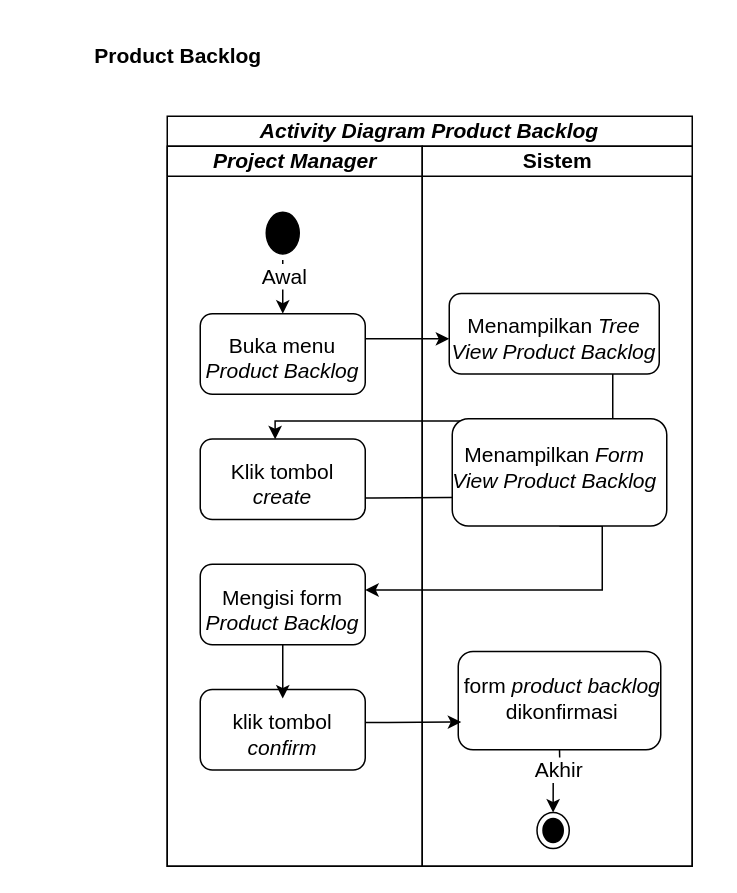
This is page "Halaman-5" (5 of 17) of Diagram Tanpa Judul.drawio from raldawiyahh/alda-resolusi, a draw.io file, before an edit. Source tidied: cells renumbered, new cells numbered last; positions are measured from the earlier drawing's top-left corner, leaving out a move shared by most shapes. Both pictures are drawn from the tidied source at 150%, with x=0, y=0 at pixel (26, 26).
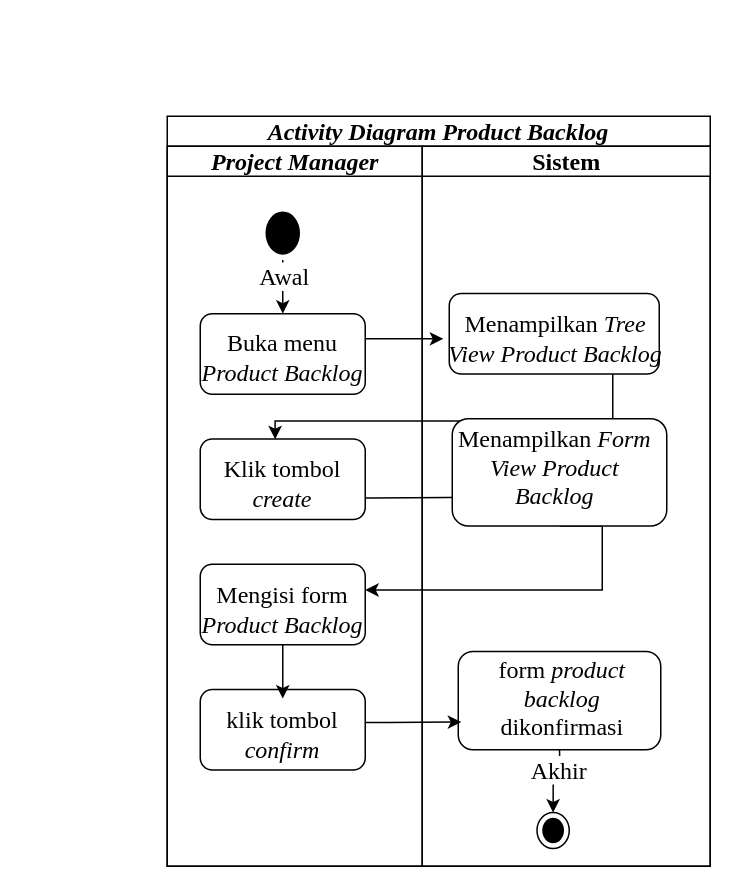
The same diagram, later.

What changed in the source:
```diff
@@
-    <mxCell id="2" value="&lt;i style=&quot;font-size: 14px;&quot;&gt;Activity Diagram Product Backlog&lt;br style=&quot;font-size: 14px;&quot;&gt;&lt;/i&gt;" style="swimlane;html=1;startSize=20;whiteSpace=wrap;fontSize=14;" parent="1" vertex="1">
-      <mxGeometry x="94" y="60" width="350" height="500" as="geometry" />
+    <mxCell id="2" value="&lt;i style=&quot;font-size: 16px;&quot;&gt;Activity Diagram Product Backlog&lt;br style=&quot;font-size: 16px;&quot;&gt;&lt;/i&gt;" style="swimlane;html=1;startSize=20;whiteSpace=wrap;fontSize=16;fontFamily=Times New Roman;" parent="1" vertex="1">
+      <mxGeometry x="94" y="60" width="362" height="500" as="geometry" />
     </mxCell>
-    <mxCell id="3" value="&lt;i style=&quot;font-size: 14px;&quot;&gt;Project Manager&lt;/i&gt;" style="swimlane;html=1;startSize=20;fontSize=14;" parent="2" vertex="1">
+    <mxCell id="3" value="&lt;i style=&quot;font-size: 16px;&quot;&gt;Project Manager&lt;/i&gt;" style="swimlane;html=1;startSize=20;fontSize=16;fontFamily=Times New Roman;" parent="2" vertex="1">
       <mxGeometry y="20" width="170" height="480" as="geometry" />
     </mxCell>
-    <mxCell id="4" value="Sistem" style="swimlane;html=1;startSize=20;fontSize=14;" parent="2" vertex="1">
-      <mxGeometry x="170" y="20" width="180" height="480" as="geometry" />
+    <mxCell id="4" value="Sistem" style="swimlane;html=1;startSize=20;fontSize=16;fontFamily=Times New Roman;" parent="2" vertex="1">
+      <mxGeometry x="170" y="20" width="192" height="480" as="geometry" />
     </mxCell>
-    <mxCell id="5" style="group;" parent="4" vertex="1">
+    <mxCell id="5" style="group;fontFamily=Times New Roman;fontSize=16;" parent="4" vertex="1">
       <mxGeometry x="-148" y="40" width="340" height="440" as="geometry" />
     </mxCell>
-    <mxCell id="6" style="group;" parent="5" vertex="1">
-      <mxGeometry width="311" height="440" as="geometry" />
+    <mxCell id="6" style="group;fontFamily=Times New Roman;fontSize=16;" parent="5" vertex="1">
+      <mxGeometry width="316" height="440" as="geometry" />
     </mxCell>
-    <mxCell id="7" style="edgeStyle=orthogonalEdgeStyle;rounded=0;jettySize=auto;html=1;entryX=0;entryY=0.5;entryDx=0;entryDy=0;fontSize=14;" parent="6" edge="1" source="17">
+    <mxCell id="7" style="edgeStyle=orthogonalEdgeStyle;rounded=0;jettySize=auto;html=1;entryX=0;entryY=0.5;entryDx=0;entryDy=0;fontSize=16;fontFamily=Times New Roman;" parent="6" edge="1" source="17">
       <mxGeometry relative="1" as="geometry">
         <mxPoint x="197" y="193.9" as="targetPoint" />
         <Array as="points">
           <mxPoint x="115" y="194.5" />
           <mxPoint x="115" y="194.5" />
         </Array>
       </mxGeometry>
     </mxCell>
-    <mxCell id="8" style="group;" parent="6" vertex="1">
+    <mxCell id="8" style="group;fontFamily=Times New Roman;fontSize=16;" parent="6" vertex="1">
       <mxGeometry width="110" height="375.9" as="geometry" />
     </mxCell>
-    <mxCell id="9" style="ellipse;html=1;shape=startState;fillColor=#000000;strokeColor=#000000;fontSize=14;" parent="8" vertex="1">
+    <mxCell id="9" style="ellipse;html=1;shape=startState;fillColor=#000000;strokeColor=#000000;fontSize=16;fontFamily=Times New Roman;" parent="8" vertex="1">
       <mxGeometry x="40" width="30" height="35.8" as="geometry" />
     </mxCell>
-    <mxCell id="10" style="group;fontSize=14;" parent="8" vertex="1">
+    <mxCell id="10" style="group;fontSize=16;fontFamily=Times New Roman;" parent="8" vertex="1">
       <mxGeometry y="71.6" width="110" height="53.7" as="geometry" />
     </mxCell>
-    <mxCell id="11" style="rounded=1;whiteSpace=wrap;html=1;fontSize=14;" parent="10" vertex="1">
+    <mxCell id="11" style="rounded=1;whiteSpace=wrap;html=1;fontSize=16;fontFamily=Times New Roman;" parent="10" vertex="1">
       <mxGeometry width="110" height="53.7" as="geometry" />
     </mxCell>
-    <mxCell id="12" value="Buka menu &lt;i style=&quot;font-size: 14px;&quot;&gt;Product Backlog&lt;br style=&quot;font-size: 14px;&quot;&gt;&lt;/i&gt;" style="text;html=1;strokeColor=none;fillColor=none;align=center;verticalAlign=middle;whiteSpace=wrap;rounded=0;fontSize=14;" parent="10" vertex="1">
+    <mxCell id="12" value="Buka menu &lt;i style=&quot;font-size: 16px;&quot;&gt;Product Backlog&lt;br style=&quot;font-size: 16px;&quot;&gt;&lt;/i&gt;" style="text;html=1;strokeColor=none;fillColor=none;align=center;verticalAlign=middle;whiteSpace=wrap;rounded=0;fontSize=16;fontFamily=Times New Roman;" parent="10" vertex="1">
       <mxGeometry y="6" width="110" height="47.7" as="geometry" />
     </mxCell>
-    <mxCell id="13" style="edgeStyle=orthogonalEdgeStyle;rounded=0;jettySize=auto;html=1;entryX=0.5;entryY=0;entryDx=0;entryDy=0;fontSize=14;" parent="8" edge="1" source="9" target="11">
+    <mxCell id="13" style="edgeStyle=orthogonalEdgeStyle;rounded=0;jettySize=auto;html=1;entryX=0.5;entryY=0;entryDx=0;entryDy=0;fontSize=16;fontFamily=Times New Roman;" parent="8" edge="1" source="9" target="11">
       <mxGeometry relative="1" as="geometry" />
     </mxCell>
-    <mxCell id="14" value="Awal" style="edgeLabel;html=1;align=center;verticalAlign=middle;fontSize=14;" parent="13" vertex="1">
+    <mxCell id="14" value="Awal" style="edgeLabel;html=1;align=center;verticalAlign=middle;fontSize=16;fontFamily=Times New Roman;" parent="13" vertex="1">
       <mxGeometry x="-0.51" relative="1" as="geometry" />
     </mxCell>
-    <mxCell id="15" style="group;fontSize=14;" parent="8" vertex="1">
+    <mxCell id="15" style="group;fontSize=16;fontFamily=Times New Roman;" parent="8" vertex="1">
       <mxGeometry y="155.1" width="110" height="53.7" as="geometry" />
     </mxCell>
-    <mxCell id="16" style="rounded=1;whiteSpace=wrap;html=1;fontSize=14;" parent="15" vertex="1">
+    <mxCell id="16" style="rounded=1;whiteSpace=wrap;html=1;fontSize=16;fontFamily=Times New Roman;" parent="15" vertex="1">
       <mxGeometry width="110" height="53.7" as="geometry" />
     </mxCell>
-    <mxCell id="17" value="Klik tombol &lt;i style=&quot;font-size: 14px;&quot;&gt;create&lt;/i&gt;" style="text;html=1;strokeColor=none;fillColor=none;align=center;verticalAlign=middle;whiteSpace=wrap;rounded=0;fontSize=14;" parent="15" vertex="1">
+    <mxCell id="17" value="Klik tombol &lt;i style=&quot;font-size: 16px;&quot;&gt;create&lt;/i&gt;" style="text;html=1;strokeColor=none;fillColor=none;align=center;verticalAlign=middle;whiteSpace=wrap;rounded=0;fontSize=16;fontFamily=Times New Roman;" parent="15" vertex="1">
       <mxGeometry y="6" width="110" height="47.7" as="geometry" />
     </mxCell>
-    <mxCell id="18" style="group;fontSize=14;" parent="8" vertex="1">
+    <mxCell id="18" style="group;fontSize=16;fontFamily=Times New Roman;" parent="8" vertex="1">
       <mxGeometry y="238.7" width="110" height="53.7" as="geometry" />
     </mxCell>
-    <mxCell id="19" style="rounded=1;whiteSpace=wrap;html=1;fontSize=14;" parent="18" vertex="1">
+    <mxCell id="19" style="rounded=1;whiteSpace=wrap;html=1;fontSize=16;fontFamily=Times New Roman;" parent="18" vertex="1">
       <mxGeometry width="110" height="53.7" as="geometry" />
     </mxCell>
-    <mxCell id="20" value="Mengisi form &lt;i style=&quot;font-size: 14px;&quot;&gt;Product Backlog&lt;br style=&quot;font-size: 14px;&quot;&gt;&lt;/i&gt;" style="text;html=1;strokeColor=none;fillColor=none;align=center;verticalAlign=middle;whiteSpace=wrap;rounded=0;fontSize=14;" parent="18" vertex="1">
+    <mxCell id="20" value="Mengisi form &lt;i style=&quot;font-size: 16px;&quot;&gt;Product Backlog&lt;br style=&quot;font-size: 16px;&quot;&gt;&lt;/i&gt;" style="text;html=1;strokeColor=none;fillColor=none;align=center;verticalAlign=middle;whiteSpace=wrap;rounded=0;fontSize=16;fontFamily=Times New Roman;" parent="18" vertex="1">
       <mxGeometry y="6" width="110" height="47.7" as="geometry" />
     </mxCell>
-    <mxCell id="21" style="group;fontSize=14;" parent="8" vertex="1">
+    <mxCell id="21" style="group;fontSize=16;fontFamily=Times New Roman;" parent="8" vertex="1">
       <mxGeometry y="322.2" width="110" height="53.7" as="geometry" />
     </mxCell>
-    <mxCell id="22" style="rounded=1;whiteSpace=wrap;html=1;fontSize=14;" parent="21" vertex="1">
+    <mxCell id="22" style="rounded=1;whiteSpace=wrap;html=1;fontSize=16;fontFamily=Times New Roman;" parent="21" vertex="1">
       <mxGeometry width="110" height="53.7" as="geometry" />
     </mxCell>
-    <mxCell id="23" value="klik tombol &lt;i style=&quot;font-size: 14px;&quot;&gt;confirm&lt;/i&gt;" style="text;html=1;strokeColor=none;fillColor=none;align=center;verticalAlign=middle;whiteSpace=wrap;rounded=0;fontSize=14;" parent="21" vertex="1">
+    <mxCell id="23" value="klik tombol &lt;i style=&quot;font-size: 16px;&quot;&gt;confirm&lt;/i&gt;" style="text;html=1;strokeColor=none;fillColor=none;align=center;verticalAlign=middle;whiteSpace=wrap;rounded=0;fontSize=16;fontFamily=Times New Roman;" parent="21" vertex="1">
       <mxGeometry y="6" width="110" height="47.7" as="geometry" />
     </mxCell>
-    <mxCell id="24" style="edgeStyle=orthogonalEdgeStyle;rounded=0;jettySize=auto;html=1;fontSize=14;" parent="8" edge="1" source="20" target="23">
+    <mxCell id="24" style="edgeStyle=orthogonalEdgeStyle;rounded=0;jettySize=auto;html=1;fontSize=16;fontFamily=Times New Roman;" parent="8" edge="1" source="20" target="23">
       <mxGeometry relative="1" as="geometry" />
     </mxCell>
-    <mxCell id="25" style="edgeStyle=orthogonalEdgeStyle;rounded=0;jettySize=auto;html=1;fontSize=14;" parent="6" edge="1" source="12" target="31">
+    <mxCell id="25" style="edgeStyle=orthogonalEdgeStyle;rounded=0;jettySize=auto;html=1;fontSize=16;fontFamily=Times New Roman;" parent="6" edge="1" source="12" target="31">
       <mxGeometry relative="1" as="geometry">
         <Array as="points">
           <mxPoint x="125" y="88.4" />
           <mxPoint x="125" y="88.4" />
         </Array>
       </mxGeometry>
     </mxCell>
-    <mxCell id="26" style="edgeStyle=orthogonalEdgeStyle;rounded=0;jettySize=auto;html=1;fontSize=14;entryX=0.454;entryY=0.005;entryDx=0;entryDy=0;entryPerimeter=0;" parent="6" edge="1" source="31" target="16">
+    <mxCell id="26" style="edgeStyle=orthogonalEdgeStyle;rounded=0;jettySize=auto;html=1;fontSize=16;entryX=0.454;entryY=0.005;entryDx=0;entryDy=0;entryPerimeter=0;fontFamily=Times New Roman;" parent="6" edge="1" source="31" target="16">
       <mxGeometry relative="1" as="geometry">
         <Array as="points">
           <mxPoint x="275" y="143.2" />
           <mxPoint x="50" y="143.2" />
         </Array>
       </mxGeometry>
     </mxCell>
-    <mxCell id="27" style="edgeStyle=orthogonalEdgeStyle;rounded=0;jettySize=auto;html=1;fontSize=14;exitX=0.5;exitY=1;exitDx=0;exitDy=0;" parent="6" edge="1" source="33" target="20">
+    <mxCell id="27" style="edgeStyle=orthogonalEdgeStyle;rounded=0;jettySize=auto;html=1;fontSize=16;exitX=0.5;exitY=1;exitDx=0;exitDy=0;fontFamily=Times New Roman;" parent="6" edge="1" source="33" target="20">
       <mxGeometry relative="1" as="geometry">
         <Array as="points">
           <mxPoint x="268" y="255.8" />
         </Array>
       </mxGeometry>
     </mxCell>
-    <mxCell id="28" style="group;" parent="6" vertex="1">
-      <mxGeometry x="166" y="58.1" width="145" height="381.9" as="geometry" />
+    <mxCell id="28" style="group;fontFamily=Times New Roman;fontSize=16;" parent="6" vertex="1">
+      <mxGeometry x="166" y="58.1" width="150" height="381.9" as="geometry" />
     </mxCell>
-    <mxCell id="29" style="group;fontSize=14;" parent="28" vertex="1">
-      <mxGeometry width="140" height="53.7" as="geometry" />
+    <mxCell id="29" style="group;fontSize=16;fontFamily=Times New Roman;" parent="28" vertex="1">
+      <mxGeometry width="150" height="53.7" as="geometry" />
     </mxCell>
-    <mxCell id="30" style="rounded=1;whiteSpace=wrap;html=1;fontSize=14;" parent="29" vertex="1">
+    <mxCell id="30" style="rounded=1;whiteSpace=wrap;html=1;fontSize=16;fontFamily=Times New Roman;" parent="29" vertex="1">
       <mxGeometry width="140" height="53.7" as="geometry" />
     </mxCell>
-    <mxCell id="31" value="Menampilkan &lt;i style=&quot;font-size: 14px;&quot;&gt;Tree View Product Backlog&lt;br style=&quot;font-size: 14px;&quot;&gt;&lt;/i&gt;" style="text;html=1;strokeColor=none;fillColor=none;align=center;verticalAlign=middle;whiteSpace=wrap;rounded=0;fontSize=14;" parent="29" vertex="1">
-      <mxGeometry y="6" width="140" height="47.7" as="geometry" />
+    <mxCell id="31" value="Menampilkan &lt;i style=&quot;font-size: 16px;&quot;&gt;Tree View Product Backlog&lt;br style=&quot;font-size: 16px;&quot;&gt;&lt;/i&gt;" style="text;html=1;strokeColor=none;fillColor=none;align=center;verticalAlign=middle;whiteSpace=wrap;rounded=0;fontSize=16;fontFamily=Times New Roman;" parent="29" vertex="1">
+      <mxGeometry x="-4" y="6" width="150" height="47.7" as="geometry" />
     </mxCell>
-    <mxCell id="32" style="group;fontSize=14;" parent="28" vertex="1">
+    <mxCell id="32" style="group;fontSize=16;fontFamily=Times New Roman;" parent="28" vertex="1">
       <mxGeometry x="2" y="83.5" width="143" height="71.6" as="geometry" />
     </mxCell>
-    <mxCell id="33" style="rounded=1;whiteSpace=wrap;html=1;fontSize=14;" parent="32" vertex="1">
+    <mxCell id="33" style="rounded=1;whiteSpace=wrap;html=1;fontSize=16;fontFamily=Times New Roman;" parent="32" vertex="1">
       <mxGeometry width="143" height="71.6" as="geometry" />
     </mxCell>
-    <mxCell id="34" value="Menampilkan &lt;i style=&quot;font-size: 14px;&quot;&gt;Form View Product Backlog&lt;br style=&quot;font-size: 14px;&quot;&gt;&lt;/i&gt;" style="text;html=1;strokeColor=none;fillColor=none;align=center;verticalAlign=middle;whiteSpace=wrap;rounded=0;fontSize=14;" parent="32" vertex="1">
+    <mxCell id="34" value="Menampilkan &lt;i style=&quot;font-size: 16px;&quot;&gt;Form View Product Backlog&lt;br style=&quot;font-size: 16px;&quot;&gt;&lt;/i&gt;" style="text;html=1;strokeColor=none;fillColor=none;align=center;verticalAlign=middle;whiteSpace=wrap;rounded=0;fontSize=16;fontFamily=Times New Roman;" parent="32" vertex="1">
       <mxGeometry x="-3" y="0.8" width="143" height="64" as="geometry" />
     </mxCell>
-    <mxCell id="35" style="ellipse;html=1;shape=endState;fillColor=#000000;strokeColor=#000000;fontSize=14;" parent="28" vertex="1">
+    <mxCell id="35" style="ellipse;html=1;shape=endState;fillColor=#000000;strokeColor=#000000;fontSize=16;fontFamily=Times New Roman;" parent="28" vertex="1">
       <mxGeometry x="58.5" y="346.1" width="21.5" height="23.9" as="geometry" />
     </mxCell>
-    <mxCell id="36" style="group;fontSize=14;" parent="28" vertex="1">
+    <mxCell id="36" style="group;fontSize=16;fontFamily=Times New Roman;" parent="28" vertex="1">
       <mxGeometry x="6" y="250.6" width="135" height="53.7" as="geometry" />
     </mxCell>
-    <mxCell id="37" style="rounded=1;whiteSpace=wrap;html=1;fontSize=14;" parent="36" vertex="1">
+    <mxCell id="37" style="rounded=1;whiteSpace=wrap;html=1;fontSize=16;fontFamily=Times New Roman;" parent="36" vertex="1">
       <mxGeometry y="-11.9" width="135" height="65.6" as="geometry" />
     </mxCell>
-    <mxCell id="38" style="edgeStyle=orthogonalEdgeStyle;rounded=0;jettySize=auto;html=1;fontSize=14;" parent="28" edge="1" target="35">
+    <mxCell id="38" style="edgeStyle=orthogonalEdgeStyle;rounded=0;jettySize=auto;html=1;fontSize=16;fontFamily=Times New Roman;" parent="28" edge="1" target="35">
       <mxGeometry relative="1" as="geometry">
         <mxPoint x="73.5" y="304.3" as="sourcePoint" />
       </mxGeometry>
     </mxCell>
-    <mxCell id="39" value="Akhir" style="edgeLabel;html=1;align=center;verticalAlign=middle;fontSize=14;" parent="38" vertex="1">
+    <mxCell id="39" value="Akhir" style="edgeLabel;html=1;align=center;verticalAlign=middle;fontSize=16;fontFamily=Times New Roman;" parent="38" vertex="1">
       <mxGeometry x="-0.42" y="-1" relative="1" as="geometry" />
     </mxCell>
-    <mxCell id="40" value="form &lt;i style=&quot;font-size: 14px;&quot;&gt;product backlog&lt;/i&gt; dikonfirmasi" style="text;html=1;strokeColor=none;fillColor=none;align=center;verticalAlign=middle;whiteSpace=wrap;rounded=0;fontSize=14;" parent="6" vertex="1">
+    <mxCell id="40" value="form &lt;i style=&quot;font-size: 16px;&quot;&gt;product backlog&lt;/i&gt; dikonfirmasi" style="text;html=1;strokeColor=none;fillColor=none;align=center;verticalAlign=middle;whiteSpace=wrap;rounded=0;fontSize=16;fontFamily=Times New Roman;" parent="6" vertex="1">
       <mxGeometry x="174" y="295.8" width="135" height="64" as="geometry" />
     </mxCell>
-    <mxCell id="41" style="edgeStyle=orthogonalEdgeStyle;rounded=0;jettySize=auto;html=1;entryX=0;entryY=0.75;entryDx=0;entryDy=0;fontSize=14;" parent="6" edge="1" source="23" target="40">
+    <mxCell id="41" style="edgeStyle=orthogonalEdgeStyle;rounded=0;jettySize=auto;html=1;entryX=0;entryY=0.75;entryDx=0;entryDy=0;fontSize=16;fontFamily=Times New Roman;" parent="6" edge="1" source="23" target="40">
       <mxGeometry relative="1" as="geometry">
         <Array as="points">
           <mxPoint x="125" y="344.2" />
           <mxPoint x="125" y="344.2" />
         </Array>
       </mxGeometry>
     </mxCell>
-    <mxCell id="42" value="Product Backlog" style="text;strokeColor=none;fillColor=none;html=1;fontSize=14;fontStyle=1;verticalAlign=middle;align=center;" parent="1" vertex="1">
-      <mxGeometry width="201" height="40" as="geometry" />
-    </mxCell>
```
